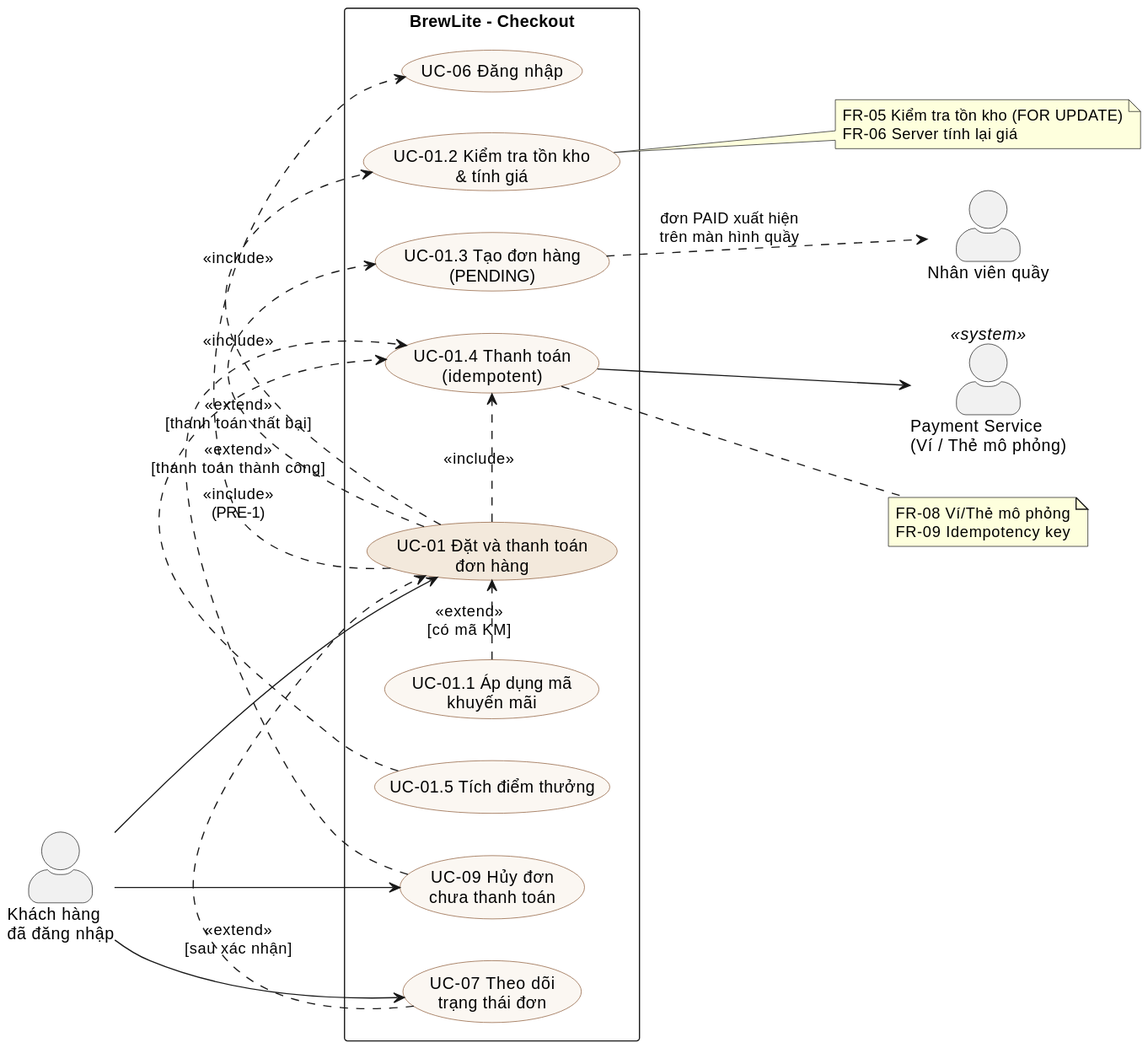
Above: docs/diagrams/use-case-checkout.svg in LHTCoder/brewlite (PlantUML), before the change.
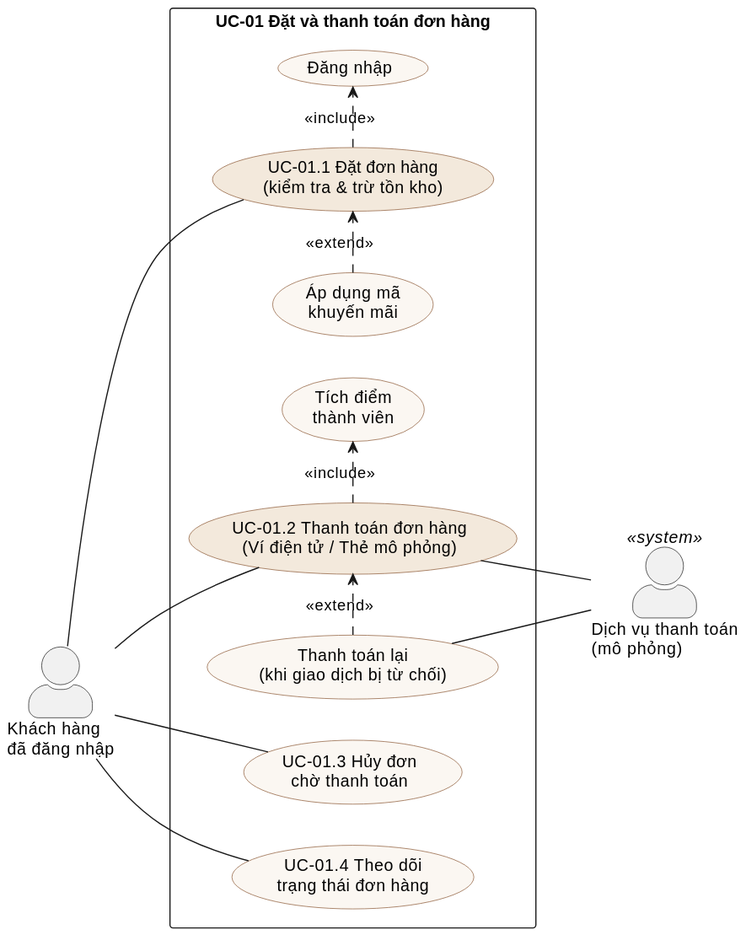
Later version of the same file.

What changed in the source:
```diff
@@ -7,43 +7,29 @@
 }
 
 actor "Khách hàng\nđã đăng nhập" as Customer
-actor "Payment Service\n(Ví / Thẻ mô phỏng)" as Pay <<system>>
-actor "Nhân viên quầy" as Staff
+actor "Dịch vụ thanh toán\n(mô phỏng)" as Pay <<system>>
 
-rectangle "BrewLite - Checkout" {
-  usecase "UC-01 Đặt và thanh toán\nđơn hàng" as UC1 #F3E9DC
-  usecase "UC-01.1 Áp dụng mã\nkhuyến mãi" as UC11
-  usecase "UC-01.2 Kiểm tra tồn kho\n& tính giá" as UC12
-  usecase "UC-01.3 Tạo đơn hàng\n(PENDING)" as UC13
-  usecase "UC-01.4 Thanh toán\n(idempotent)" as UC14
-  usecase "UC-01.5 Tích điểm thưởng" as UC15
-  usecase "UC-06 Đăng nhập" as UC6
-  usecase "UC-09 Hủy đơn\nchưa thanh toán" as UC9
-  usecase "UC-07 Theo dõi\ntrạng thái đơn" as UC7
+rectangle "UC-01 Đặt và thanh toán đơn hàng" {
+  usecase "UC-01.1 Đặt đơn hàng\n(kiểm tra & trừ tồn kho)" as UC11 #F3E9DC
+  usecase "UC-01.2 Thanh toán đơn hàng\n(Ví điện tử / Thẻ mô phỏng)" as UC12 #F3E9DC
+  usecase "UC-01.3 Hủy đơn\nchờ thanh toán" as UC13
+  usecase "UC-01.4 Theo dõi\ntrạng thái đơn hàng" as UC14
+  usecase "Áp dụng mã\nkhuyến mãi" as Promo
+  usecase "Đăng nhập" as Login
+  usecase "Tích điểm\nthành viên" as Points
+  usecase "Thanh toán lại\n(khi giao dịch bị từ chối)" as Retry
 }
 
-Customer --> UC1
-Customer --> UC9
-Customer --> UC7
+Customer -- UC11
+Customer -- UC12
+Customer -- UC13
+Customer -- UC14
 
-UC1 .> UC6 : <<include>>\n(PRE-1)
-UC1 .> UC12 : <<include>>
-UC1 .> UC13 : <<include>>
-UC1 .> UC14 : <<include>>
-UC11 .> UC1 : <<extend>>\n[có mã KM]
-UC15 .> UC14 : <<extend>>\n[thanh toán thành công]
-UC9 .> UC14 : <<extend>>\n[thanh toán thất bại]
-UC7 .> UC1 : <<extend>>\n[sau xác nhận]
+UC11 .> Login : <<include>>
+Promo .> UC11 : <<extend>>
+UC12 .> Points : <<include>>
+Retry .> UC12 : <<extend>>
 
-UC14 --> Pay
-UC13 ..> Staff : đơn PAID xuất hiện\ntrên màn hình quầy
-
-note right of UC12
-  FR-05 Kiểm tra tồn kho (FOR UPDATE)
-  FR-06 Server tính lại giá
-end note
-note right of UC14
-  FR-08 Ví/Thẻ mô phỏng
-  FR-09 Idempotency key
-end note
+UC12 -- Pay
+Retry -- Pay
 @enduml
```
